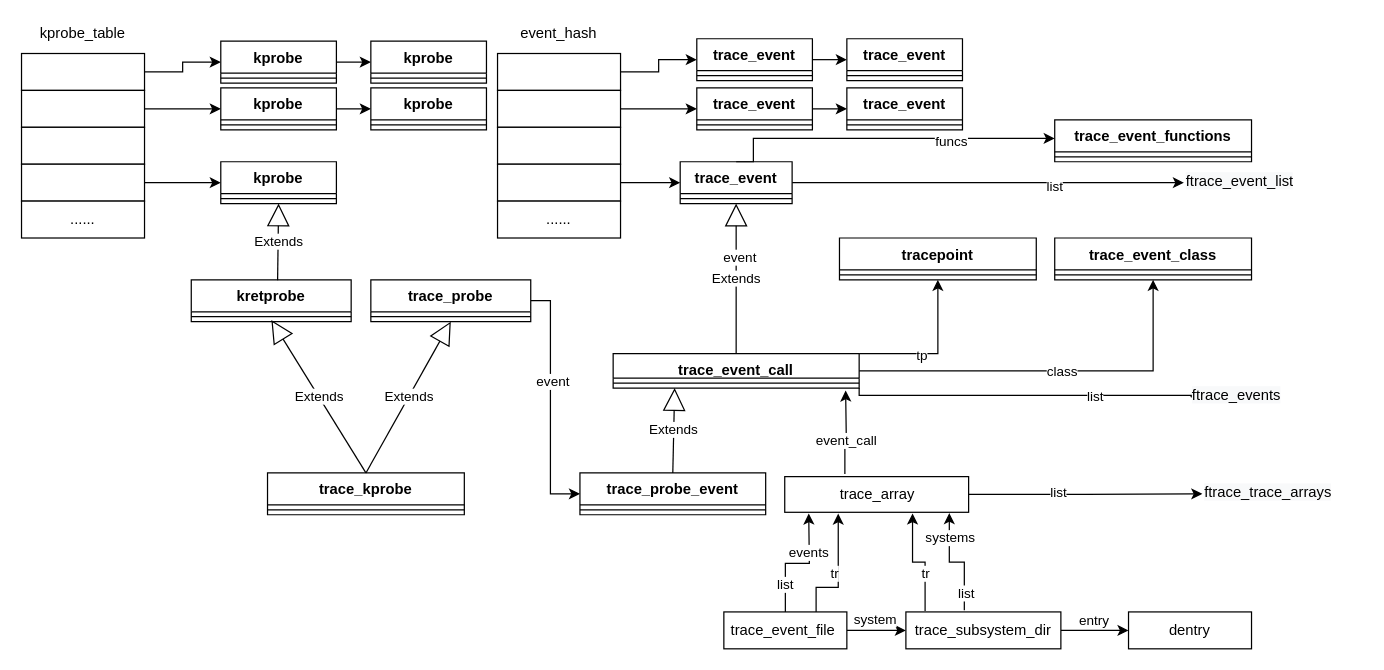
The draw.io diagram trace.drawio in jasonactions/graph, before the edit. Source tidied: cells renumbered, new cells numbered last; positions are measured from the earlier drawing's top-left corner, leaving out a move shared by most shapes. Both pictures are drawn from the tidied source at 123%, with x=0, y=0 at pixel (21, 21).
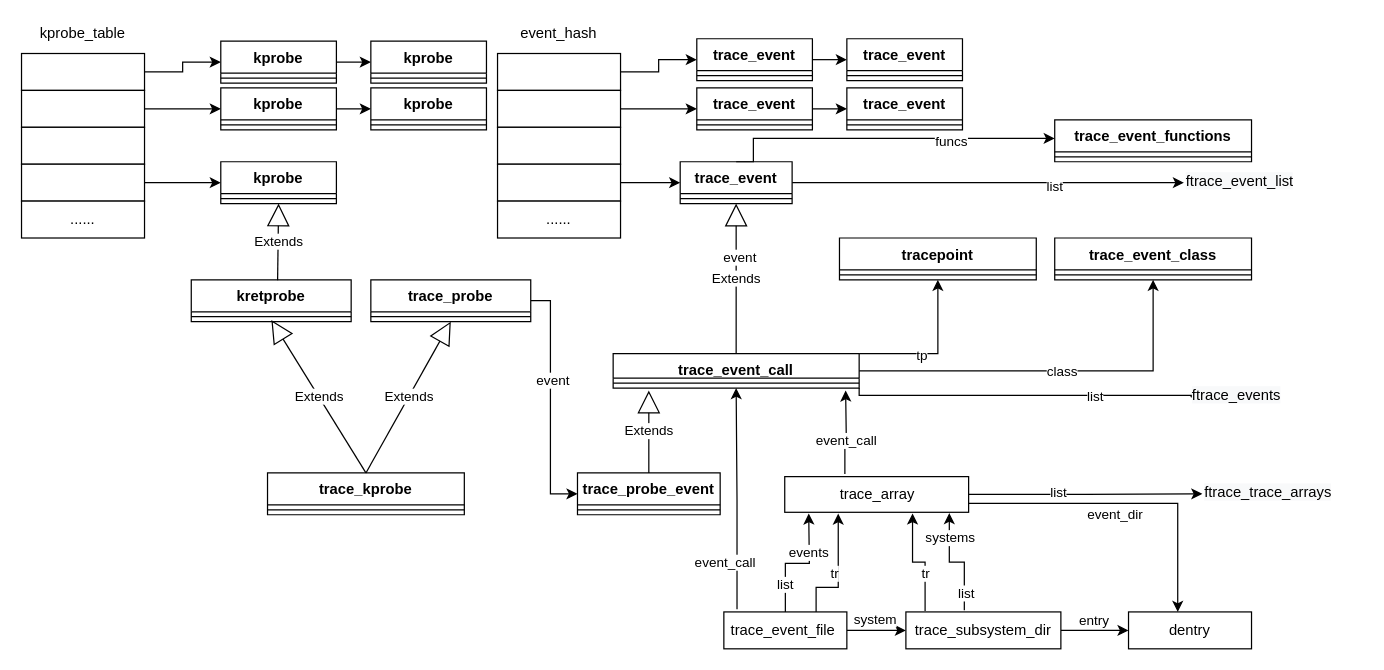
The same diagram, later.

Unchanged cells that the change refers to:
```xml
<mxCell id="10" value="trace_event_call" style="swimlane;fontStyle=1;align=center;verticalAlign=top;horizontal=1;startSize=20;" parent="1" vertex="1">
  <mxGeometry x="481" y="270" width="200" height="28" as="geometry" />
</mxCell>
<mxCell id="82" value="&lt;div style=&quot;text-align: left&quot;&gt;trace_array&lt;/div&gt;" style="rounded=0;whiteSpace=wrap;html=1;" parent="1" vertex="1">
  <mxGeometry x="620.5" y="370" width="149.5" height="29" as="geometry" />
</mxCell>
<mxCell id="91" value="&lt;div style=&quot;text-align: left&quot;&gt;&lt;span&gt;trace_event_file&amp;nbsp;&lt;/span&gt;&lt;/div&gt;" style="rounded=0;whiteSpace=wrap;html=1;" parent="1" vertex="1">
  <mxGeometry x="571" y="480" width="100" height="30" as="geometry" />
</mxCell>
<mxCell id="102" value="&lt;div style=&quot;text-align: left&quot;&gt;dentry&lt;br&gt;&lt;/div&gt;" style="rounded=0;whiteSpace=wrap;html=1;" parent="1" vertex="1">
  <mxGeometry x="900" y="480" width="100" height="30" as="geometry" />
</mxCell>
```

Change to the diagram source:
```diff
@@
     <mxCell id="2" value="trace_probe_event" style="swimlane;fontStyle=1;align=center;verticalAlign=top;horizontal=1;startSize=26;" parent="1" vertex="1">
-      <mxGeometry x="454" y="367" width="151" height="34" as="geometry" />
+      <mxGeometry x="452" y="367" width="116" height="34" as="geometry" />
     </mxCell>
     <mxCell id="3" style="line;strokeWidth=1;fillColor=none;align=left;verticalAlign=middle;spacingTop=-1;spacingLeft=3;spacingRight=3;labelPosition=right;" parent="2" vertex="1">
-      <mxGeometry y="26" width="151" height="8" as="geometry" />
+      <mxGeometry y="26" width="116" height="8" as="geometry" />
     </mxCell>
@@
-    <mxCell id="12" value="Extends" style="endArrow=block;endSize=16;endFill=0;html=1;entryX=0.25;entryY=1;entryDx=0;entryDy=0;exitX=0.5;exitY=0;exitDx=0;exitDy=0;" parent="1" edge="1" source="2" target="10">
-      <mxGeometry relative="1" as="geometry" />
+    <mxCell id="12" value="Extends" style="endArrow=block;endSize=16;endFill=0;html=1;exitX=0.5;exitY=0;exitDx=0;exitDy=0;" parent="1" edge="1" source="2">
+      <mxGeometry relative="1" as="geometry">
+        <mxPoint x="510" y="300" as="targetPoint" />
+      </mxGeometry>
     </mxCell>
@@
+    <mxCell id="103" style="edgeStyle=orthogonalEdgeStyle;rounded=0;jettySize=auto;html=1;entryX=0.4;entryY=0;entryDx=0;entryDy=0;entryPerimeter=0;exitX=1;exitY=0.75;exitDx=0;exitDy=0;" parent="1" edge="1" source="82" target="102">
+      <mxGeometry relative="1" as="geometry" />
+    </mxCell>
+    <mxCell id="104" value="event_dir" style="edgeLabel;html=1;align=center;verticalAlign=middle;" parent="103" vertex="1">
+      <mxGeometry x="-0.08" y="-2" relative="1" as="geometry">
+        <mxPoint y="7" as="offset" />
+      </mxGeometry>
+    </mxCell>
@@
+    <mxCell id="105" style="edgeStyle=orthogonalEdgeStyle;rounded=0;jettySize=auto;html=1;entryX=0.5;entryY=1;entryDx=0;entryDy=0;exitX=0.107;exitY=-0.072;exitDx=0;exitDy=0;exitPerimeter=0;" parent="1" edge="1" source="91" target="10">
+      <mxGeometry relative="1" as="geometry" />
+    </mxCell>
+    <mxCell id="106" value="event_call" style="edgeLabel;html=1;align=center;verticalAlign=middle;" parent="105" vertex="1">
+      <mxGeometry x="0.66" y="-2" relative="1" as="geometry">
+        <mxPoint x="-12" y="111" as="offset" />
+      </mxGeometry>
+    </mxCell>
```
